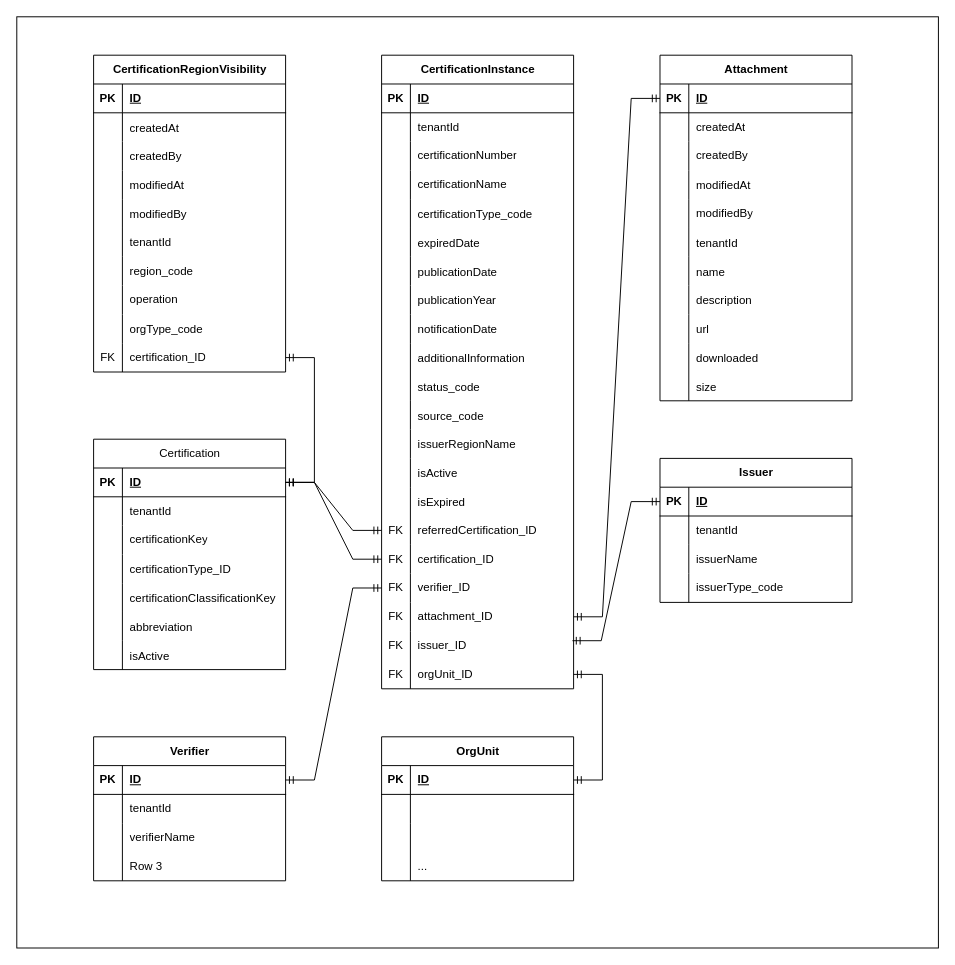
This is page "Current models in TPD" (30 of 30) of certificationService.er.drawio from huangshijie/Drawio, a draw.io file, before an edit. Source tidied: cells renumbered, new cells numbered last; positions are measured from the earlier drawing's top-left corner, leaving out a move shared by most shapes. Both pictures are drawn from the tidied source at 96%, with x=0, y=0 at pixel (-579, 16).
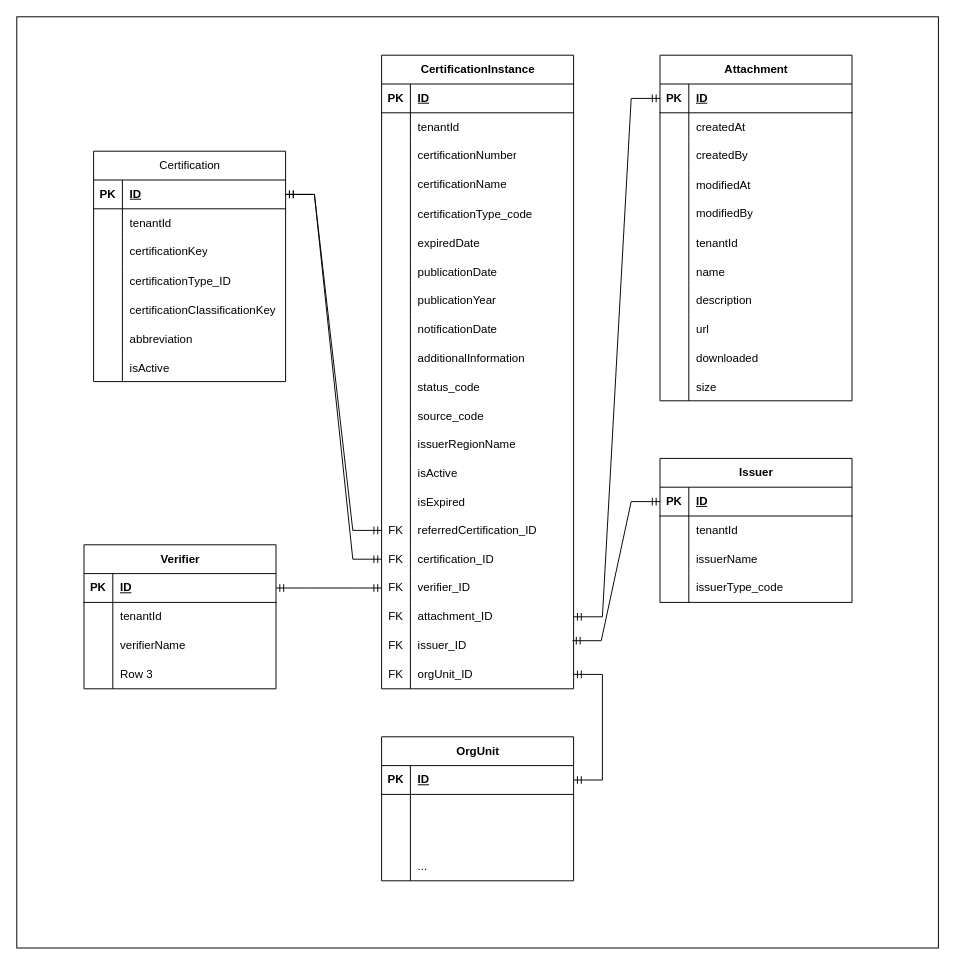
After the change.

The change refers to these unchanged cells:
```xml
<mxCell id="81" style="shape=tableRow;horizontal=0;startSize=0;swimlaneHead=0;swimlaneBody=0;fillColor=none;points=[[0,0.5],[1,0.5]];portConstraint=eastwest;top=0;left=0;right=0;bottom=1;" parent="80" vertex="1">
  <mxGeometry y="30" width="200" height="30" as="geometry" />
</mxCell>
```

What changed in the source:
```diff
@@
     <mxCell id="80" value="Certification" style="shape=table;startSize=30;childLayout=tableLayout;rowLines=0;fontStyle=0;align=center;html=1;" parent="1" vertex="1">
-      <mxGeometry x="700" y="440" width="200" height="240" as="geometry" />
+      <mxGeometry x="700" y="140" width="200" height="240" as="geometry" />
     </mxCell>
@@
     <mxCell id="102" value="Verifier" style="shape=table;startSize=30;childLayout=tableLayout;rowLines=0;fontStyle=1;align=center;html=1;" parent="1" vertex="1">
-      <mxGeometry x="700" y="750" width="200" height="150" as="geometry" />
+      <mxGeometry x="690" y="550" width="200" height="150" as="geometry" />
     </mxCell>
@@
-    <mxCell id="168" value="CertificationRegionVisibility" style="shape=table;startSize=30;childLayout=tableLayout;rowLines=0;fontStyle=1;align=center;html=1;" parent="1" vertex="1">
-      <mxGeometry x="700" y="40" width="200" height="330" as="geometry" />
-    </mxCell>
-    <mxCell id="169" style="shape=tableRow;horizontal=0;startSize=0;swimlaneHead=0;swimlaneBody=0;fillColor=none;top=0;left=0;right=0;bottom=1;" parent="168" vertex="1">
-      <mxGeometry y="30" width="200" height="30" as="geometry" />
-    </mxCell>
-    <mxCell id="170" value="PK" style="shape=partialRectangle;fillColor=none;top=0;left=0;bottom=0;right=0;fontStyle=1;overflow=hidden;whiteSpace=wrap;html=1;" parent="169" vertex="1">
-      <mxGeometry width="30" height="30" as="geometry" />
-    </mxCell>
-    <mxCell id="171" value="ID" style="shape=partialRectangle;fillColor=none;top=0;left=0;bottom=0;right=0;align=left;spacingLeft=6;fontStyle=5;overflow=hidden;whiteSpace=wrap;html=1;" parent="169" vertex="1">
-      <mxGeometry x="30" width="170" height="30" as="geometry" />
-    </mxCell>
-    <mxCell id="172" style="shape=tableRow;horizontal=0;startSize=0;swimlaneHead=0;swimlaneBody=0;fillColor=none;top=0;left=0;right=0;bottom=0;" parent="168" vertex="1">
-      <mxGeometry y="60" width="200" height="30" as="geometry" />
-    </mxCell>
-    <mxCell id="173" style="shape=partialRectangle;fillColor=none;top=0;left=0;bottom=0;right=0;overflow=hidden;" parent="172" vertex="1">
-      <mxGeometry width="30" height="30" as="geometry" />
-    </mxCell>
-    <mxCell id="174" value="createdAt" style="shape=partialRectangle;fillColor=none;top=0;left=0;bottom=0;right=0;align=left;spacingLeft=6;overflow=hidden;" parent="172" vertex="1">
-      <mxGeometry x="30" width="170" height="30" as="geometry" />
-    </mxCell>
-    <mxCell id="175" style="shape=tableRow;horizontal=0;startSize=0;swimlaneHead=0;swimlaneBody=0;fillColor=none;top=0;left=0;right=0;bottom=0;" parent="168" vertex="1">
-      <mxGeometry y="90" width="200" height="30" as="geometry" />
-    </mxCell>
-    <mxCell id="176" style="shape=partialRectangle;fillColor=none;top=0;left=0;bottom=0;right=0;overflow=hidden;" parent="175" vertex="1">
-      <mxGeometry width="30" height="30" as="geometry" />
-    </mxCell>
-    <mxCell id="177" value="createdBy" style="shape=partialRectangle;fillColor=none;top=0;left=0;bottom=0;right=0;align=left;spacingLeft=6;overflow=hidden;" parent="175" vertex="1">
-      <mxGeometry x="30" width="170" height="30" as="geometry" />
-    </mxCell>
-    <mxCell id="178" style="shape=tableRow;horizontal=0;startSize=0;swimlaneHead=0;swimlaneBody=0;fillColor=none;top=0;left=0;right=0;bottom=0;" parent="168" vertex="1">
-      <mxGeometry y="120" width="200" height="30" as="geometry" />
-    </mxCell>
-    <mxCell id="179" style="shape=partialRectangle;fillColor=none;top=0;left=0;bottom=0;right=0;overflow=hidden;" parent="178" vertex="1">
-      <mxGeometry width="30" height="30" as="geometry" />
-    </mxCell>
-    <mxCell id="180" value="modifiedAt" style="shape=partialRectangle;fillColor=none;top=0;left=0;bottom=0;right=0;align=left;spacingLeft=6;overflow=hidden;" parent="178" vertex="1">
-      <mxGeometry x="30" width="170" height="30" as="geometry" />
-    </mxCell>
-    <mxCell id="181" style="shape=tableRow;horizontal=0;startSize=0;swimlaneHead=0;swimlaneBody=0;fillColor=none;top=0;left=0;right=0;bottom=0;" parent="168" vertex="1">
-      <mxGeometry y="150" width="200" height="30" as="geometry" />
-    </mxCell>
-    <mxCell id="182" style="shape=partialRectangle;fillColor=none;top=0;left=0;bottom=0;right=0;overflow=hidden;" parent="181" vertex="1">
-      <mxGeometry width="30" height="30" as="geometry" />
-    </mxCell>
-    <mxCell id="183" value="modifiedBy" style="shape=partialRectangle;fillColor=none;top=0;left=0;bottom=0;right=0;align=left;spacingLeft=6;overflow=hidden;" parent="181" vertex="1">
-      <mxGeometry x="30" width="170" height="30" as="geometry" />
-    </mxCell>
-    <mxCell id="184" style="shape=tableRow;horizontal=0;startSize=0;swimlaneHead=0;swimlaneBody=0;fillColor=none;top=0;left=0;right=0;bottom=0;" parent="168" vertex="1">
-      <mxGeometry y="180" width="200" height="30" as="geometry" />
-    </mxCell>
-    <mxCell id="185" style="shape=partialRectangle;fillColor=none;top=0;left=0;bottom=0;right=0;overflow=hidden;whiteSpace=wrap;html=1;" parent="184" vertex="1">
-      <mxGeometry width="30" height="30" as="geometry" />
-    </mxCell>
-    <mxCell id="186" value="tenantId" style="shape=partialRectangle;fillColor=none;top=0;left=0;bottom=0;right=0;align=left;spacingLeft=6;overflow=hidden;whiteSpace=wrap;html=1;" parent="184" vertex="1">
-      <mxGeometry x="30" width="170" height="30" as="geometry" />
-    </mxCell>
-    <mxCell id="187" style="shape=tableRow;horizontal=0;startSize=0;swimlaneHead=0;swimlaneBody=0;fillColor=none;top=0;left=0;right=0;bottom=0;" parent="168" vertex="1">
-      <mxGeometry y="210" width="200" height="30" as="geometry" />
-    </mxCell>
-    <mxCell id="188" style="shape=partialRectangle;fillColor=none;top=0;left=0;bottom=0;right=0;overflow=hidden;whiteSpace=wrap;html=1;" parent="187" vertex="1">
-      <mxGeometry width="30" height="30" as="geometry" />
-    </mxCell>
-    <mxCell id="189" value="region_code" style="shape=partialRectangle;fillColor=none;top=0;left=0;bottom=0;right=0;align=left;spacingLeft=6;overflow=hidden;whiteSpace=wrap;html=1;" parent="187" vertex="1">
-      <mxGeometry x="30" width="170" height="30" as="geometry" />
-    </mxCell>
-    <mxCell id="190" style="shape=tableRow;horizontal=0;startSize=0;swimlaneHead=0;swimlaneBody=0;fillColor=none;top=0;left=0;right=0;bottom=0;" parent="168" vertex="1">
-      <mxGeometry y="240" width="200" height="30" as="geometry" />
-    </mxCell>
-    <mxCell id="191" style="shape=partialRectangle;fillColor=none;top=0;left=0;bottom=0;right=0;overflow=hidden;whiteSpace=wrap;html=1;" parent="190" vertex="1">
-      <mxGeometry width="30" height="30" as="geometry" />
-    </mxCell>
-    <mxCell id="192" value="operation" style="shape=partialRectangle;fillColor=none;top=0;left=0;bottom=0;right=0;align=left;spacingLeft=6;overflow=hidden;whiteSpace=wrap;html=1;" parent="190" vertex="1">
-      <mxGeometry x="30" width="170" height="30" as="geometry" />
-    </mxCell>
-    <mxCell id="193" style="shape=tableRow;horizontal=0;startSize=0;swimlaneHead=0;swimlaneBody=0;fillColor=none;top=0;left=0;right=0;bottom=0;" parent="168" vertex="1">
-      <mxGeometry y="270" width="200" height="30" as="geometry" />
-    </mxCell>
-    <mxCell id="194" style="shape=partialRectangle;fillColor=none;top=0;left=0;bottom=0;right=0;overflow=hidden;" parent="193" vertex="1">
-      <mxGeometry width="30" height="30" as="geometry" />
-    </mxCell>
-    <mxCell id="195" value="orgType_code" style="shape=partialRectangle;fillColor=none;top=0;left=0;bottom=0;right=0;align=left;spacingLeft=6;overflow=hidden;" parent="193" vertex="1">
-      <mxGeometry x="30" width="170" height="30" as="geometry" />
-    </mxCell>
-    <mxCell id="196" style="shape=tableRow;horizontal=0;startSize=0;swimlaneHead=0;swimlaneBody=0;fillColor=none;points=[[0,0.5],[1,0.5]];portConstraint=eastwest;top=0;left=0;right=0;bottom=0;" parent="168" vertex="1">
-      <mxGeometry y="300" width="200" height="30" as="geometry" />
-    </mxCell>
-    <mxCell id="197" value="FK" style="shape=partialRectangle;fillColor=none;top=0;left=0;bottom=0;right=0;fontStyle=0;overflow=hidden;whiteSpace=wrap;html=1;" parent="196" vertex="1">
-      <mxGeometry width="30" height="30" as="geometry" />
-    </mxCell>
-    <mxCell id="198" value="certification_ID" style="shape=partialRectangle;fillColor=none;top=0;left=0;bottom=0;right=0;align=left;spacingLeft=6;fontStyle=0;overflow=hidden;whiteSpace=wrap;html=1;" parent="196" vertex="1">
-      <mxGeometry x="30" width="170" height="30" as="geometry" />
-    </mxCell>
-    <mxCell id="199" style="edgeStyle=entityRelationEdgeStyle;fontSize=12;html=1;endArrow=ERmandOne;startArrow=ERmandOne;rounded=0;" parent="1" edge="1" source="81" target="196">
-      <mxGeometry relative="1" as="geometry">
-        <Array as="points">
-          <mxPoint y="430" />
-          <mxPoint x="400" y="475" />
-          <mxPoint x="390" y="475" />
-          <mxPoint x="400" y="455" />
-          <mxPoint x="400" y="465" />
-          <mxPoint x="220" y="440" />
-        </Array>
-      </mxGeometry>
-    </mxCell>
```
